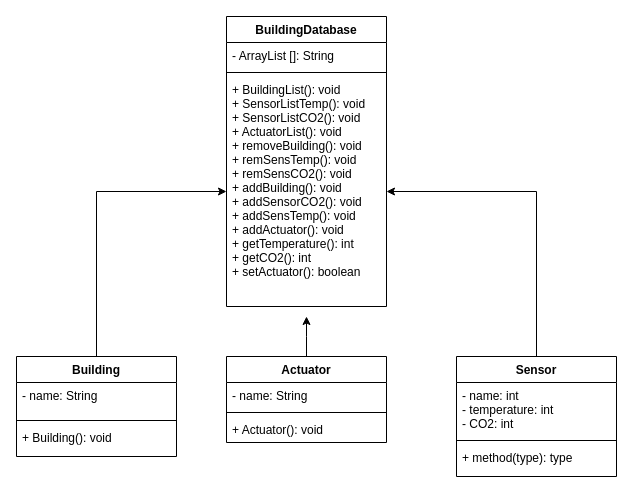
Earlier version of the draw.io diagram Untitled Diagram.drawio (sival19/workshop). Source tidied: cells renumbered, new cells numbered last; positions are measured from the earlier drawing's top-left corner, leaving out a move shared by most shapes. Both pictures are drawn from the tidied source at 100%, with x=0, y=0 at pixel (16, 16).
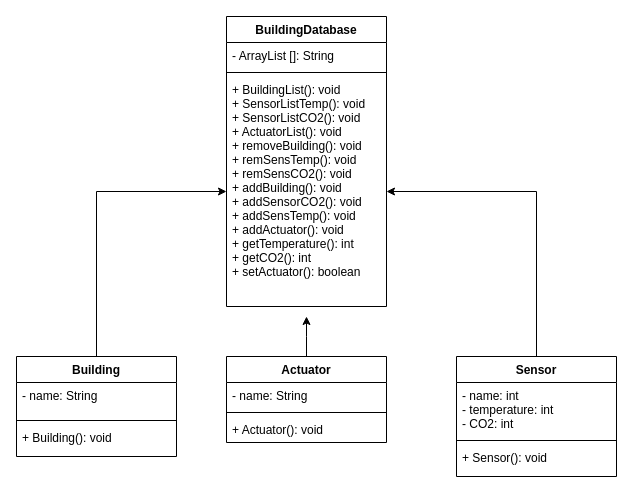
After the change.

The change refers to these unchanged cells:
```xml
<mxCell id="12" value="Sensor" style="swimlane;fontStyle=1;align=center;verticalAlign=top;horizontal=1;startSize=26;" parent="1" vertex="1">
  <mxGeometry x="440" y="340" width="160" height="120" as="geometry" />
</mxCell>
```

What changed in the source:
```diff
@@
-    <mxCell id="15" value="+ method(type): type" style="text;strokeColor=none;fillColor=none;align=left;verticalAlign=top;spacingLeft=4;spacingRight=4;overflow=hidden;" parent="12" vertex="1">
+    <mxCell id="15" value="+ Sensor(): void" style="text;strokeColor=none;fillColor=none;align=left;verticalAlign=top;spacingLeft=4;spacingRight=4;overflow=hidden;" parent="12" vertex="1">
       <mxGeometry y="88" width="160" height="32" as="geometry" />
     </mxCell>
```
